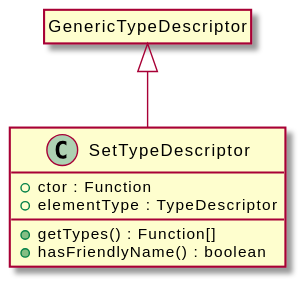
This is assets/SetTypeDescriptor-umlClassDiagram-6952.svg from OpenHPS/openhps-core, a PlantUML export, as it was before one commit.
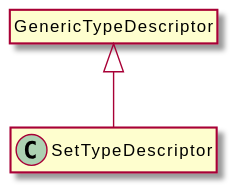
Later version of the same file.

What changed in the source:
```diff
@@ -3,10 +3,6 @@
 hide empty methods
 hide empty fields
 class "SetTypeDescriptor" {
-    +ctor : Function
-    +elementType : TypeDescriptor
-    +getTypes() : Function[]
-    +hasFriendlyName() : boolean
 }
 class "GenericTypeDescriptor"
 hide "GenericTypeDescriptor" circle
```
